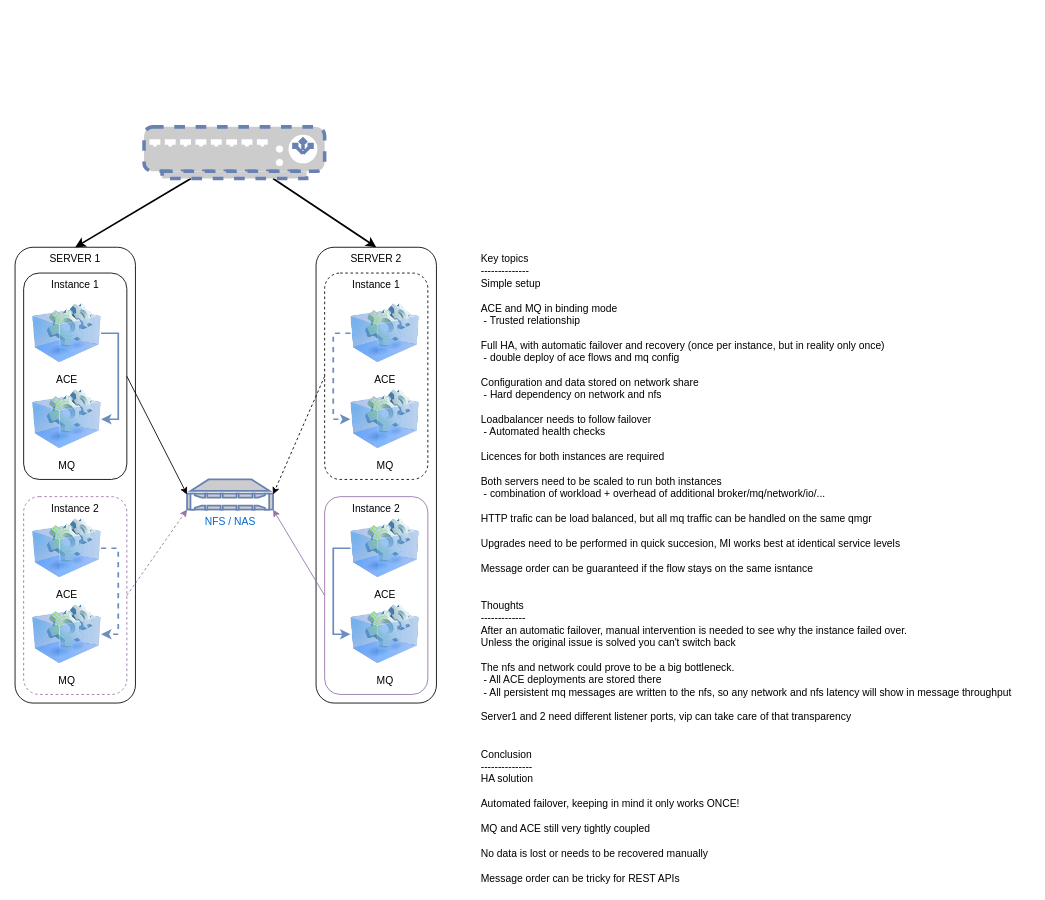
matthiasblomme/MixedTools keeps this draw.io diagram as page "Cross Multi-Instance" (2 of 10) of Designs/ACE/HighAvailabilityScenarios.drawio. Above is the earlier version. Source tidied: cells renumbered, new cells numbered last; positions are measured from the earlier drawing's top-left corner, leaving out a move shared by most shapes. Both pictures are drawn from the tidied source at 86%, with x=0, y=0 at pixel (15, 126).
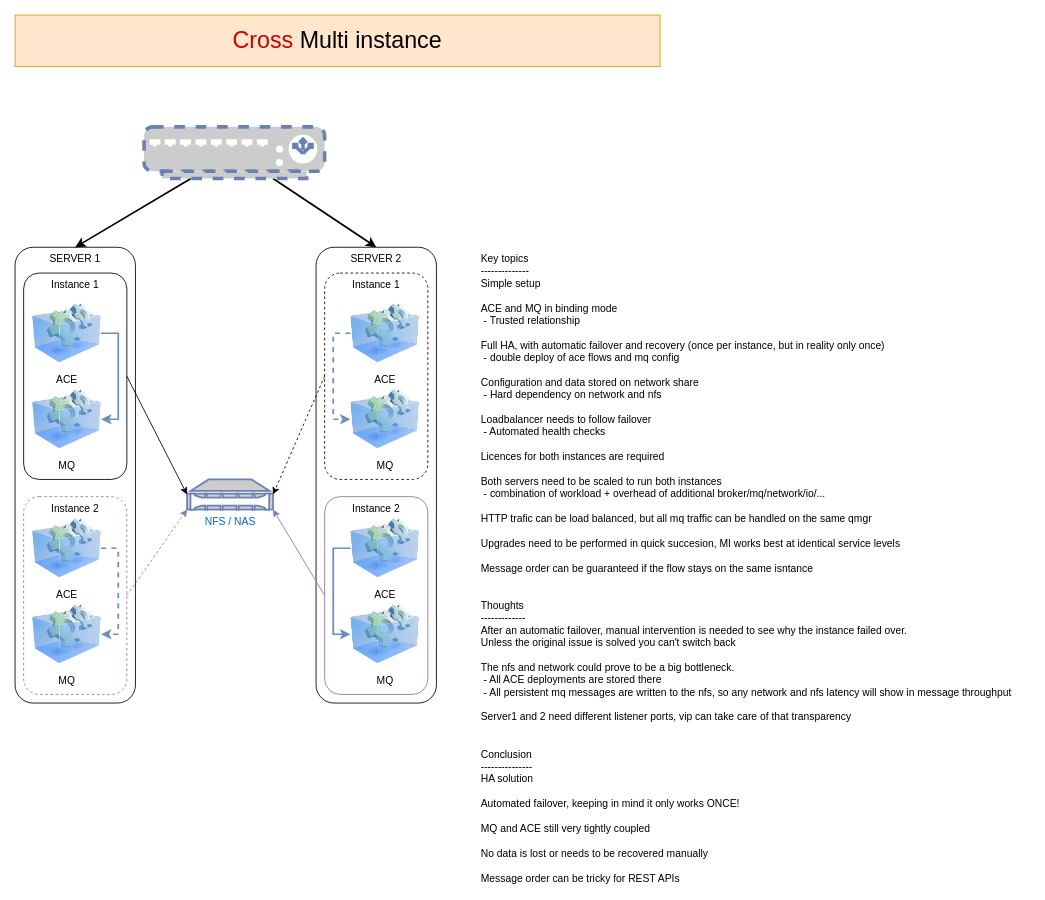
The same page after the edit.

Change to the diagram source:
```diff
@@
+    <mxCell id="29" value="&lt;font color=&quot;#cc0000&quot;&gt;Cross&lt;/font&gt; Multi instance" style="text;html=1;strokeColor=#d79b00;fillColor=#ffe6cc;align=center;verticalAlign=middle;whiteSpace=wrap;rounded=0;fontSize=27;" parent="1" vertex="1">
+      <mxGeometry y="-130" width="750" height="60" as="geometry" />
+    </mxCell>
```
